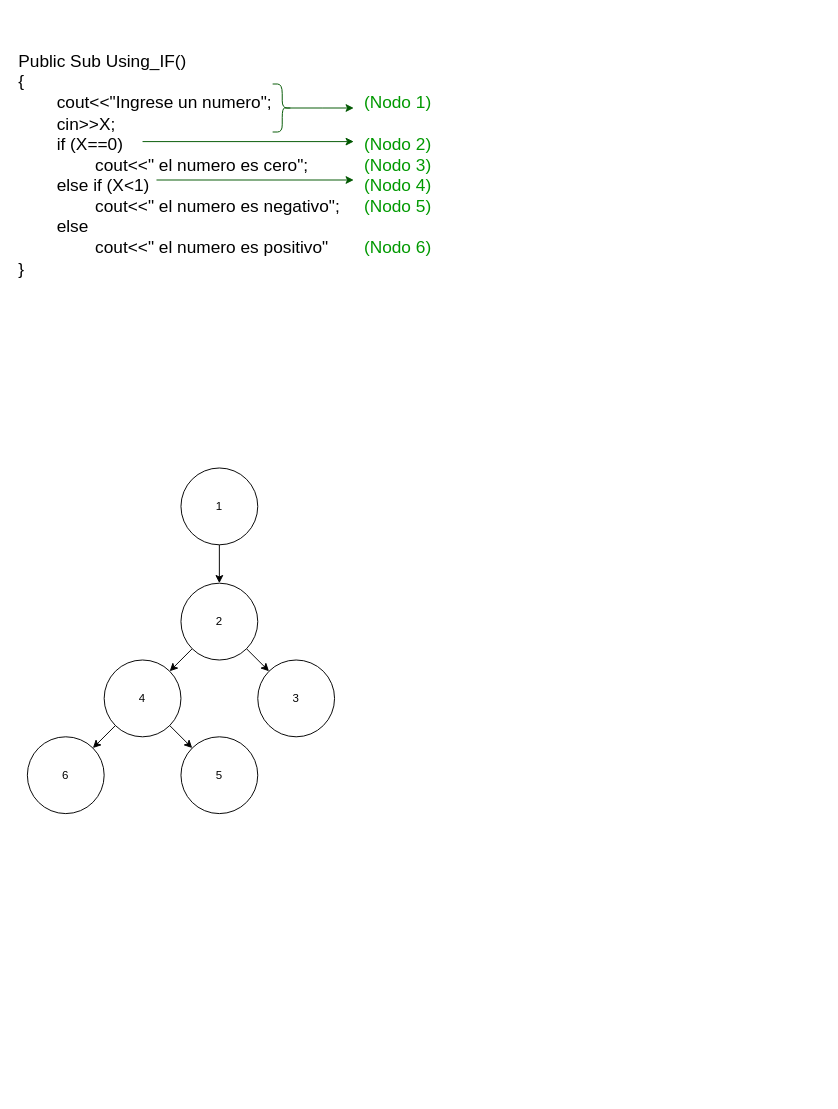
This is page "Grafo_de_flujo_1A_V2" (1 of 3) of Grafos_TP4_MII.drawio from JEOrellano/draw.io_TP4_G12_MII_TUSI, a draw.io file, before an edit. Source tidied: cells renumbered, new cells numbered last; positions are measured from the earlier drawing's top-left corner, leaving out a move shared by most shapes. Both pictures are drawn from the tidied source at 96%, with x=0, y=0 at pixel (16, 45).
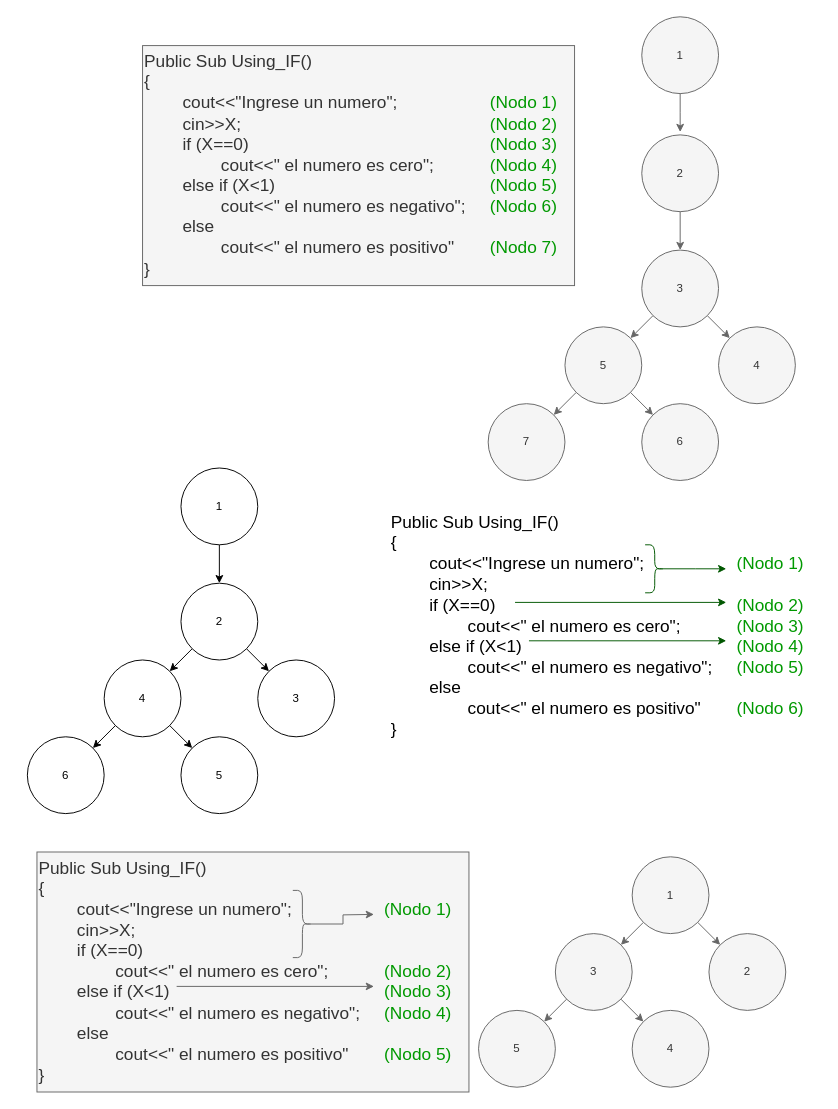
After the change.

The edit, as a diff of the source:
```diff
@@
     <mxCell id="13" value="&lt;div&gt;&lt;span style=&quot;font-size: 18px;&quot;&gt;Public Sub Using_IF()&lt;/span&gt;&lt;/div&gt;&lt;div&gt;&lt;span style=&quot;font-size: 18px; background-color: initial;&quot;&gt;{&lt;/span&gt;&lt;br&gt;&lt;/div&gt;&lt;div&gt;&lt;span style=&quot;background-color: initial; font-size: 18px;&quot;&gt;&lt;span style=&quot;white-space: pre;&quot;&gt;&#9;&lt;/span&gt;cout&amp;lt;&amp;lt;&quot;Ingrese un numero&quot;;&lt;span style=&quot;white-space: pre;&quot;&gt;&#9;&lt;/span&gt;&lt;span style=&quot;white-space: pre;&quot;&gt;&#9;&lt;/span&gt;&lt;span style=&quot;white-space: pre;&quot;&gt;&#9;&lt;/span&gt;&lt;font color=&quot;#009900&quot;&gt;(Nodo 1)&lt;/font&gt;&lt;/span&gt;&lt;br&gt;&lt;/div&gt;&lt;div&gt;&lt;span style=&quot;font-size: 18px;&quot;&gt;&lt;span style=&quot;white-space: pre;&quot;&gt;&#9;&lt;/span&gt;cin&amp;gt;&amp;gt;X;&lt;span style=&quot;white-space: pre;&quot;&gt;&#9;&lt;/span&gt;&lt;span style=&quot;white-space: pre;&quot;&gt;&#9;&lt;/span&gt;&lt;span style=&quot;white-space: pre;&quot;&gt;&#9;&lt;/span&gt;&lt;span style=&quot;white-space: pre;&quot;&gt;&#9;&lt;/span&gt;&lt;span style=&quot;white-space: pre;&quot;&gt;&#9;&lt;/span&gt;&lt;span style=&quot;white-space: pre;&quot;&gt;&#9;&lt;/span&gt;&lt;span style=&quot;white-space: pre;&quot;&gt;&#9;&lt;/span&gt;&lt;/span&gt;&lt;/div&gt;&lt;div&gt;&lt;span style=&quot;font-size: 18px;&quot;&gt;&lt;span style=&quot;white-space: pre;&quot;&gt;&#9;&lt;/span&gt;if (X==0)&lt;span style=&quot;white-space: pre;&quot;&gt;&#9;&lt;/span&gt;&lt;span style=&quot;white-space: pre;&quot;&gt;&#9;&lt;/span&gt;&lt;span style=&quot;white-space: pre;&quot;&gt;&#9;&lt;/span&gt;&lt;span style=&quot;white-space: pre;&quot;&gt;&#9;&lt;/span&gt;&lt;span style=&quot;white-space: pre;&quot;&gt;&#9;&lt;/span&gt;&lt;span style=&quot;white-space: pre;&quot;&gt;&#9;&lt;/span&gt;&lt;span style=&quot;white-space: pre;&quot;&gt;&#9;&lt;/span&gt;&lt;font color=&quot;#009900&quot;&gt;(Nodo 2)&lt;/font&gt;&lt;/span&gt;&lt;/div&gt;&lt;div&gt;&lt;span style=&quot;font-size: 18px;&quot;&gt;&lt;span style=&quot;white-space: pre;&quot;&gt;&#9;&lt;/span&gt;&lt;span style=&quot;white-space: pre;&quot;&gt;&#9;&lt;/span&gt;cout&amp;lt;&amp;lt;&quot; el numero es cero&quot;;&lt;span style=&quot;white-space: pre;&quot;&gt;&#9;&lt;/span&gt;&lt;span style=&quot;white-space: pre;&quot;&gt;&#9;&lt;/span&gt;&lt;font color=&quot;#009900&quot;&gt;(Nodo 3)&lt;/font&gt;&lt;/span&gt;&lt;/div&gt;&lt;div&gt;&lt;span style=&quot;font-size: 18px;&quot;&gt;&lt;span style=&quot;white-space: pre;&quot;&gt;&#9;&lt;/span&gt;else if (X&amp;lt;1)&lt;span style=&quot;white-space: pre;&quot;&gt;&#9;&lt;/span&gt;&lt;span style=&quot;white-space: pre;&quot;&gt;&#9;&lt;/span&gt;&lt;span style=&quot;white-space: pre;&quot;&gt;&#9;&lt;/span&gt;&lt;span style=&quot;white-space: pre;&quot;&gt;&#9;&lt;/span&gt;&lt;span style=&quot;white-space: pre;&quot;&gt;&#9;&lt;/span&gt;&lt;span style=&quot;white-space: pre;&quot;&gt;&#9;&lt;/span&gt;&lt;font color=&quot;#009900&quot;&gt;(Nodo 4)&lt;/font&gt;&lt;/span&gt;&lt;/div&gt;&lt;div&gt;&lt;span style=&quot;font-size: 18px; background-color: initial;&quot;&gt;&lt;span style=&quot;white-space: pre;&quot;&gt;&#9;&lt;/span&gt;&lt;span style=&quot;white-space: pre;&quot;&gt;&#9;&lt;/span&gt;cout&amp;lt;&amp;lt;&quot; el numero es negativo&quot;;&lt;span style=&quot;white-space: pre;&quot;&gt;&#9;&lt;/span&gt;&lt;font color=&quot;#009900&quot;&gt;(Nodo 5)&lt;/font&gt;&lt;/span&gt;&lt;br&gt;&lt;/div&gt;&lt;div&gt;&lt;span style=&quot;font-size: 18px;&quot;&gt;&lt;span style=&quot;white-space: pre;&quot;&gt;&#9;&lt;/span&gt;else&lt;/span&gt;&lt;/div&gt;&lt;div&gt;&lt;span style=&quot;font-size: 18px;&quot;&gt;&lt;span style=&quot;white-space: pre;&quot;&gt;&#9;&lt;span style=&quot;white-space: pre;&quot;&gt;&#9;&lt;/span&gt;&lt;/span&gt;cout&amp;lt;&amp;lt;&quot; el numero es positivo&quot;&lt;span style=&quot;white-space: pre;&quot;&gt;&#9;&lt;/span&gt;&lt;font color=&quot;#009900&quot;&gt;(Nodo 6)&lt;/font&gt;&lt;/span&gt;&lt;/div&gt;&lt;div&gt;&lt;span style=&quot;font-size: 18px;&quot;&gt;}&lt;br&gt;&lt;/span&gt;&lt;/div&gt;" style="text;html=1;align=left;verticalAlign=middle;strokeColor=none;fillColor=none;" parent="1" vertex="1">
-      <mxGeometry width="450" height="250" as="geometry" />
+      <mxGeometry x="388" y="480" width="450" height="250" as="geometry" />
     </mxCell>
     <mxCell id="14" style="edgeStyle=orthogonalEdgeStyle;rounded=0;jettySize=auto;html=1;exitX=0.1;exitY=0.5;exitDx=0;exitDy=0;exitPerimeter=0;fillColor=#008a00;strokeColor=#005700;" parent="1" edge="1" source="15">
       <mxGeometry relative="1" as="geometry">
-        <mxPoint x="351" y="65" as="targetPoint" />
+        <mxPoint x="739" y="545" as="targetPoint" />
       </mxGeometry>
     </mxCell>
     <mxCell id="15" style="shape=curlyBracket;whiteSpace=wrap;html=1;rounded=1;flipH=1;labelPosition=right;verticalLabelPosition=middle;align=left;verticalAlign=middle;fillColor=#008a00;strokeColor=#005700;fontColor=#ffffff;" parent="1" vertex="1">
-      <mxGeometry x="266.5" y="40" width="20" height="50" as="geometry" />
+      <mxGeometry x="654.5" y="520" width="20" height="50" as="geometry" />
     </mxCell>
     <mxCell id="16" style="edgeStyle=orthogonalEdgeStyle;rounded=0;orthogonalLoop=1;jettySize=auto;html=1;fillColor=#008a00;strokeColor=#005700;" parent="1" edge="1">
       <mxGeometry relative="1" as="geometry">
-        <mxPoint x="131" y="100" as="sourcePoint" />
-        <mxPoint x="351" y="100" as="targetPoint" />
+        <mxPoint x="519" y="580" as="sourcePoint" />
+        <mxPoint x="739" y="580" as="targetPoint" />
       </mxGeometry>
     </mxCell>
     <mxCell id="17" style="edgeStyle=orthogonalEdgeStyle;rounded=0;orthogonalLoop=1;jettySize=auto;html=1;fillColor=#008a00;strokeColor=#005700;" parent="1" edge="1">
       <mxGeometry relative="1" as="geometry">
-        <mxPoint x="145.5" y="140" as="sourcePoint" />
-        <mxPoint x="351" y="140" as="targetPoint" />
+        <mxPoint x="533.5" y="620" as="sourcePoint" />
+        <mxPoint x="739" y="620" as="targetPoint" />
       </mxGeometry>
     </mxCell>
+    <mxCell id="18" style="rounded=0;jettySize=auto;html=1;entryX=0;entryY=0;entryDx=0;entryDy=0;exitX=1;exitY=1;exitDx=0;exitDy=0;fillColor=#f5f5f5;strokeColor=#666666;" parent="1" edge="1" source="22" target="21">
+      <mxGeometry relative="1" as="geometry" />
+    </mxCell>
+    <mxCell id="19" style="rounded=0;jettySize=auto;html=1;entryX=1;entryY=0;entryDx=0;entryDy=0;exitX=0;exitY=1;exitDx=0;exitDy=0;fillColor=#f5f5f5;strokeColor=#666666;" parent="1" edge="1" source="22" target="20">
+      <mxGeometry relative="1" as="geometry" />
+    </mxCell>
+    <mxCell id="20" value="3" style="ellipse;whiteSpace=wrap;html=1;fillColor=#f5f5f5;fontColor=#333333;strokeColor=#666666;" parent="1" vertex="1">
+      <mxGeometry x="561" y="925" width="80" height="80" as="geometry" />
+    </mxCell>
+    <mxCell id="21" value="2" style="ellipse;whiteSpace=wrap;html=1;fillColor=#f5f5f5;fontColor=#333333;strokeColor=#666666;" parent="1" vertex="1">
+      <mxGeometry x="721" y="925" width="80" height="80" as="geometry" />
+    </mxCell>
+    <mxCell id="22" value="1" style="ellipse;whiteSpace=wrap;html=1;fillColor=#f5f5f5;fontColor=#333333;strokeColor=#666666;" parent="1" vertex="1">
+      <mxGeometry x="641" y="845" width="80" height="80" as="geometry" />
+    </mxCell>
+    <mxCell id="23" style="rounded=0;jettySize=auto;html=1;entryX=1;entryY=0;entryDx=0;entryDy=0;exitX=0;exitY=1;exitDx=0;exitDy=0;fillColor=#f5f5f5;strokeColor=#666666;" parent="1" edge="1" source="20" target="24">
+      <mxGeometry relative="1" as="geometry" />
+    </mxCell>
+    <mxCell id="24" value="5" style="ellipse;whiteSpace=wrap;html=1;fillColor=#f5f5f5;fontColor=#333333;strokeColor=#666666;" parent="1" vertex="1">
+      <mxGeometry x="481" y="1005" width="80" height="80" as="geometry" />
+    </mxCell>
+    <mxCell id="25" style="rounded=0;jettySize=auto;html=1;entryX=0;entryY=0;entryDx=0;entryDy=0;exitX=1;exitY=1;exitDx=0;exitDy=0;fillColor=#f5f5f5;strokeColor=#666666;" parent="1" edge="1" source="20" target="26">
+      <mxGeometry relative="1" as="geometry" />
+    </mxCell>
+    <mxCell id="26" value="4" style="ellipse;whiteSpace=wrap;html=1;fillColor=#f5f5f5;fontColor=#333333;strokeColor=#666666;" parent="1" vertex="1">
+      <mxGeometry x="641" y="1005" width="80" height="80" as="geometry" />
+    </mxCell>
+    <mxCell id="27" value="&lt;div&gt;&lt;span style=&quot;font-size: 18px;&quot;&gt;Public Sub Using_IF()&lt;/span&gt;&lt;/div&gt;&lt;div&gt;&lt;span style=&quot;font-size: 18px; background-color: initial;&quot;&gt;{&lt;/span&gt;&lt;br&gt;&lt;/div&gt;&lt;div&gt;&lt;span style=&quot;background-color: initial; font-size: 18px;&quot;&gt;&lt;span style=&quot;white-space: pre;&quot;&gt;&#9;&lt;/span&gt;cout&amp;lt;&amp;lt;&quot;Ingrese un numero&quot;;&lt;span style=&quot;white-space: pre;&quot;&gt;&#9;&lt;/span&gt;&lt;span style=&quot;white-space: pre;&quot;&gt;&#9;&lt;/span&gt;&lt;span style=&quot;white-space: pre;&quot;&gt;&#9;&lt;/span&gt;&lt;font color=&quot;#009900&quot;&gt;(Nodo 1)&lt;/font&gt;&lt;/span&gt;&lt;br&gt;&lt;/div&gt;&lt;div&gt;&lt;span style=&quot;font-size: 18px;&quot;&gt;&lt;span style=&quot;white-space: pre;&quot;&gt;&#9;&lt;/span&gt;cin&amp;gt;&amp;gt;X;&lt;span style=&quot;white-space: pre;&quot;&gt;&#9;&lt;/span&gt;&lt;span style=&quot;white-space: pre;&quot;&gt;&#9;&lt;/span&gt;&lt;span style=&quot;white-space: pre;&quot;&gt;&#9;&lt;/span&gt;&lt;span style=&quot;white-space: pre;&quot;&gt;&#9;&lt;/span&gt;&lt;span style=&quot;white-space: pre;&quot;&gt;&#9;&lt;/span&gt;&lt;span style=&quot;white-space: pre;&quot;&gt;&#9;&lt;/span&gt;&lt;span style=&quot;white-space: pre;&quot;&gt;&#9;&lt;/span&gt;&lt;/span&gt;&lt;/div&gt;&lt;div&gt;&lt;span style=&quot;font-size: 18px;&quot;&gt;&lt;span style=&quot;white-space: pre;&quot;&gt;&#9;&lt;/span&gt;if (X==0)&lt;span style=&quot;white-space: pre;&quot;&gt;&#9;&lt;/span&gt;&lt;span style=&quot;white-space: pre;&quot;&gt;&#9;&lt;/span&gt;&lt;span style=&quot;white-space: pre;&quot;&gt;&#9;&lt;/span&gt;&lt;span style=&quot;white-space: pre;&quot;&gt;&#9;&lt;/span&gt;&lt;span style=&quot;white-space: pre;&quot;&gt;&#9;&lt;/span&gt;&lt;span style=&quot;white-space: pre;&quot;&gt;&#9;&lt;/span&gt;&lt;span style=&quot;white-space: pre;&quot;&gt;&#9;&lt;/span&gt;&lt;/span&gt;&lt;/div&gt;&lt;div&gt;&lt;span style=&quot;font-size: 18px;&quot;&gt;&lt;span style=&quot;white-space: pre;&quot;&gt;&#9;&lt;/span&gt;&lt;span style=&quot;white-space: pre;&quot;&gt;&#9;&lt;/span&gt;cout&amp;lt;&amp;lt;&quot; el numero es cero&quot;;&lt;span style=&quot;white-space: pre;&quot;&gt;&#9;&lt;/span&gt;&lt;span style=&quot;white-space: pre;&quot;&gt;&#9;&lt;/span&gt;&lt;font color=&quot;#009900&quot;&gt;(Nodo 2)&lt;/font&gt;&lt;/span&gt;&lt;/div&gt;&lt;div&gt;&lt;span style=&quot;font-size: 18px;&quot;&gt;&lt;span style=&quot;white-space: pre;&quot;&gt;&#9;&lt;/span&gt;else if (X&amp;lt;1)&lt;span style=&quot;white-space: pre;&quot;&gt;&#9;&lt;/span&gt;&lt;span style=&quot;white-space: pre;&quot;&gt;&#9;&lt;/span&gt;&lt;span style=&quot;white-space: pre;&quot;&gt;&#9;&lt;/span&gt;&lt;span style=&quot;white-space: pre;&quot;&gt;&#9;&lt;/span&gt;&lt;span style=&quot;white-space: pre;&quot;&gt;&#9;&lt;/span&gt;&lt;span style=&quot;white-space: pre;&quot;&gt;&#9;&lt;/span&gt;&lt;font color=&quot;#009900&quot;&gt;(Nodo 3)&lt;/font&gt;&lt;/span&gt;&lt;/div&gt;&lt;div&gt;&lt;span style=&quot;font-size: 18px; background-color: initial;&quot;&gt;&lt;span style=&quot;white-space: pre;&quot;&gt;&#9;&lt;/span&gt;&lt;span style=&quot;white-space: pre;&quot;&gt;&#9;&lt;/span&gt;cout&amp;lt;&amp;lt;&quot; el numero es negativo&quot;;&lt;span style=&quot;white-space: pre;&quot;&gt;&#9;&lt;/span&gt;&lt;font color=&quot;#009900&quot;&gt;(Nodo 4)&lt;/font&gt;&lt;/span&gt;&lt;br&gt;&lt;/div&gt;&lt;div&gt;&lt;span style=&quot;font-size: 18px;&quot;&gt;&lt;span style=&quot;white-space: pre;&quot;&gt;&#9;&lt;/span&gt;else&lt;/span&gt;&lt;/div&gt;&lt;div&gt;&lt;span style=&quot;font-size: 18px;&quot;&gt;&lt;span style=&quot;white-space: pre;&quot;&gt;&#9;&lt;span style=&quot;white-space: pre;&quot;&gt;&#9;&lt;/span&gt;&lt;/span&gt;cout&amp;lt;&amp;lt;&quot; el numero es positivo&quot;&lt;span style=&quot;white-space: pre;&quot;&gt;&#9;&lt;/span&gt;&lt;font color=&quot;#009900&quot;&gt;(Nodo 5)&lt;/font&gt;&lt;/span&gt;&lt;/div&gt;&lt;div&gt;&lt;span style=&quot;font-size: 18px;&quot;&gt;}&lt;br&gt;&lt;/span&gt;&lt;/div&gt;" style="text;html=1;align=left;verticalAlign=middle;fillColor=#f5f5f5;fontColor=#333333;strokeColor=#666666;" parent="1" vertex="1">
+      <mxGeometry x="21" y="840" width="450" height="250" as="geometry" />
+    </mxCell>
+    <mxCell id="28" style="edgeStyle=orthogonalEdgeStyle;rounded=0;jettySize=auto;html=1;exitX=0.1;exitY=0.5;exitDx=0;exitDy=0;exitPerimeter=0;fillColor=#f5f5f5;strokeColor=#666666;" parent="1" edge="1" source="29">
+      <mxGeometry relative="1" as="geometry">
+        <mxPoint x="372" y="905" as="targetPoint" />
+      </mxGeometry>
+    </mxCell>
+    <mxCell id="29" style="shape=curlyBracket;whiteSpace=wrap;html=1;rounded=1;flipH=1;labelPosition=right;verticalLabelPosition=middle;align=left;verticalAlign=middle;fillColor=#f5f5f5;fontColor=#333333;strokeColor=#666666;" parent="1" vertex="1">
+      <mxGeometry x="287.5" y="880" width="20" height="70" as="geometry" />
+    </mxCell>
+    <mxCell id="30" style="edgeStyle=orthogonalEdgeStyle;rounded=0;orthogonalLoop=1;jettySize=auto;html=1;fillColor=#f5f5f5;strokeColor=#666666;" parent="1" edge="1">
+      <mxGeometry relative="1" as="geometry">
+        <mxPoint x="166.5" y="980" as="sourcePoint" />
+        <mxPoint x="372" y="980" as="targetPoint" />
+      </mxGeometry>
+    </mxCell>
+    <mxCell id="31" value="&lt;div&gt;&lt;span style=&quot;font-size: 18px;&quot;&gt;Public Sub Using_IF()&lt;/span&gt;&lt;/div&gt;&lt;div&gt;&lt;span style=&quot;font-size: 18px; background-color: initial;&quot;&gt;{&lt;/span&gt;&lt;br&gt;&lt;/div&gt;&lt;div&gt;&lt;span style=&quot;background-color: initial; font-size: 18px;&quot;&gt;&lt;span style=&quot;white-space: pre;&quot;&gt;&#9;&lt;/span&gt;cout&amp;lt;&amp;lt;&quot;Ingrese un numero&quot;;&lt;span style=&quot;white-space: pre;&quot;&gt;&#9;&lt;/span&gt;&lt;span style=&quot;white-space: pre;&quot;&gt;&#9;&lt;/span&gt;&lt;span style=&quot;white-space: pre;&quot;&gt;&#9;&lt;/span&gt;&lt;font color=&quot;#009900&quot;&gt;(Nodo 1)&lt;/font&gt;&lt;/span&gt;&lt;br&gt;&lt;/div&gt;&lt;div&gt;&lt;span style=&quot;font-size: 18px;&quot;&gt;&lt;span style=&quot;white-space: pre;&quot;&gt;&#9;&lt;/span&gt;cin&amp;gt;&amp;gt;X;&lt;span style=&quot;white-space: pre;&quot;&gt;&#9;&lt;/span&gt;&lt;span style=&quot;white-space: pre;&quot;&gt;&#9;&lt;/span&gt;&lt;span style=&quot;white-space: pre;&quot;&gt;&#9;&lt;/span&gt;&lt;span style=&quot;white-space: pre;&quot;&gt;&#9;&lt;/span&gt;&lt;span style=&quot;white-space: pre;&quot;&gt;&#9;&lt;/span&gt;&lt;span style=&quot;white-space: pre;&quot;&gt;&#9;&lt;/span&gt;&lt;span style=&quot;white-space: pre;&quot;&gt;&#9;&lt;/span&gt;&lt;/span&gt;&lt;span style=&quot;color: rgb(0, 153, 0); font-size: 18px; background-color: initial;&quot;&gt;(Nodo 2)&lt;/span&gt;&lt;/div&gt;&lt;div&gt;&lt;span style=&quot;font-size: 18px;&quot;&gt;&lt;span style=&quot;white-space: pre;&quot;&gt;&#9;&lt;/span&gt;if (X==0)&lt;span style=&quot;white-space: pre;&quot;&gt;&#9;&lt;/span&gt;&lt;span style=&quot;white-space: pre;&quot;&gt;&#9;&lt;/span&gt;&lt;span style=&quot;white-space: pre;&quot;&gt;&#9;&lt;/span&gt;&lt;span style=&quot;white-space: pre;&quot;&gt;&#9;&lt;/span&gt;&lt;span style=&quot;white-space: pre;&quot;&gt;&#9;&lt;/span&gt;&lt;span style=&quot;white-space: pre;&quot;&gt;&#9;&lt;/span&gt;&lt;span style=&quot;white-space: pre;&quot;&gt;&#9;&lt;/span&gt;&lt;font color=&quot;#009900&quot;&gt;(Nodo 3)&lt;/font&gt;&lt;/span&gt;&lt;/div&gt;&lt;div&gt;&lt;span style=&quot;font-size: 18px;&quot;&gt;&lt;span style=&quot;white-space: pre;&quot;&gt;&#9;&lt;/span&gt;&lt;span style=&quot;white-space: pre;&quot;&gt;&#9;&lt;/span&gt;cout&amp;lt;&amp;lt;&quot; el numero es cero&quot;;&lt;span style=&quot;white-space: pre;&quot;&gt;&#9;&lt;/span&gt;&lt;span style=&quot;white-space: pre;&quot;&gt;&#9;&lt;/span&gt;&lt;font color=&quot;#009900&quot;&gt;(Nodo 4)&lt;/font&gt;&lt;/span&gt;&lt;/div&gt;&lt;div&gt;&lt;span style=&quot;font-size: 18px;&quot;&gt;&lt;span style=&quot;white-space: pre;&quot;&gt;&#9;&lt;/span&gt;else if (X&amp;lt;1)&lt;span style=&quot;white-space: pre;&quot;&gt;&#9;&lt;/span&gt;&lt;span style=&quot;white-space: pre;&quot;&gt;&#9;&lt;/span&gt;&lt;span style=&quot;white-space: pre;&quot;&gt;&#9;&lt;/span&gt;&lt;span style=&quot;white-space: pre;&quot;&gt;&#9;&lt;/span&gt;&lt;span style=&quot;white-space: pre;&quot;&gt;&#9;&lt;/span&gt;&lt;span style=&quot;white-space: pre;&quot;&gt;&#9;&lt;/span&gt;&lt;font color=&quot;#009900&quot;&gt;(Nodo 5)&lt;/font&gt;&lt;/span&gt;&lt;/div&gt;&lt;div&gt;&lt;span style=&quot;font-size: 18px; background-color: initial;&quot;&gt;&lt;span style=&quot;white-space: pre;&quot;&gt;&#9;&lt;/span&gt;&lt;span style=&quot;white-space: pre;&quot;&gt;&#9;&lt;/span&gt;cout&amp;lt;&amp;lt;&quot; el numero es negativo&quot;;&lt;span style=&quot;white-space: pre;&quot;&gt;&#9;&lt;/span&gt;&lt;font color=&quot;#009900&quot;&gt;(Nodo 6)&lt;/font&gt;&lt;/span&gt;&lt;br&gt;&lt;/div&gt;&lt;div&gt;&lt;span style=&quot;font-size: 18px;&quot;&gt;&lt;span style=&quot;white-space: pre;&quot;&gt;&#9;&lt;/span&gt;else&lt;/span&gt;&lt;/div&gt;&lt;div&gt;&lt;span style=&quot;font-size: 18px;&quot;&gt;&lt;span style=&quot;white-space: pre;&quot;&gt;&#9;&lt;span style=&quot;white-space: pre;&quot;&gt;&#9;&lt;/span&gt;&lt;/span&gt;cout&amp;lt;&amp;lt;&quot; el numero es positivo&quot;&lt;span style=&quot;white-space: pre;&quot;&gt;&#9;&lt;/span&gt;&lt;font color=&quot;#009900&quot;&gt;(Nodo 7)&lt;/font&gt;&lt;/span&gt;&lt;/div&gt;&lt;div&gt;&lt;span style=&quot;font-size: 18px;&quot;&gt;}&lt;br&gt;&lt;/span&gt;&lt;/div&gt;" style="text;html=1;align=left;verticalAlign=middle;strokeColor=#666666;fillColor=#f5f5f5;fontColor=#333333;" parent="1" vertex="1">
+      <mxGeometry x="131" width="450" height="250" as="geometry" />
+    </mxCell>
+    <mxCell id="32" style="rounded=0;jettySize=auto;html=1;entryX=0;entryY=0;entryDx=0;entryDy=0;exitX=1;exitY=1;exitDx=0;exitDy=0;fillColor=#f5f5f5;strokeColor=#666666;" parent="1" edge="1" source="38" target="37">
+      <mxGeometry relative="1" as="geometry" />
+    </mxCell>
+    <mxCell id="33" style="edgeStyle=orthogonalEdgeStyle;rounded=0;jettySize=auto;html=1;exitX=0.5;exitY=1;exitDx=0;exitDy=0;entryX=0.5;entryY=0;entryDx=0;entryDy=0;fillColor=#f5f5f5;strokeColor=#666666;" parent="1" edge="1" source="34" target="38">
+      <mxGeometry relative="1" as="geometry" />
+    </mxCell>
+    <mxCell id="34" value="2" style="ellipse;whiteSpace=wrap;html=1;fillColor=#f5f5f5;fontColor=#333333;strokeColor=#666666;" parent="1" vertex="1">
+      <mxGeometry x="651" y="93" width="80" height="80" as="geometry" />
+    </mxCell>
+    <mxCell id="35" style="rounded=0;jettySize=auto;html=1;entryX=1;entryY=0;entryDx=0;entryDy=0;exitX=0;exitY=1;exitDx=0;exitDy=0;fillColor=#f5f5f5;strokeColor=#666666;" parent="1" edge="1" source="38" target="36">
+      <mxGeometry relative="1" as="geometry" />
+    </mxCell>
+    <mxCell id="36" value="5" style="ellipse;whiteSpace=wrap;html=1;fillColor=#f5f5f5;fontColor=#333333;strokeColor=#666666;" parent="1" vertex="1">
+      <mxGeometry x="571" y="293" width="80" height="80" as="geometry" />
+    </mxCell>
+    <mxCell id="37" value="4" style="ellipse;whiteSpace=wrap;html=1;fillColor=#f5f5f5;fontColor=#333333;strokeColor=#666666;" parent="1" vertex="1">
+      <mxGeometry x="731" y="293" width="80" height="80" as="geometry" />
+    </mxCell>
+    <mxCell id="38" value="3" style="ellipse;whiteSpace=wrap;html=1;fillColor=#f5f5f5;fontColor=#333333;strokeColor=#666666;" parent="1" vertex="1">
+      <mxGeometry x="651" y="213" width="80" height="80" as="geometry" />
+    </mxCell>
+    <mxCell id="39" style="rounded=0;jettySize=auto;html=1;entryX=1;entryY=0;entryDx=0;entryDy=0;exitX=0;exitY=1;exitDx=0;exitDy=0;fillColor=#f5f5f5;strokeColor=#666666;" parent="1" edge="1" source="36" target="40">
+      <mxGeometry relative="1" as="geometry" />
+    </mxCell>
+    <mxCell id="40" value="7" style="ellipse;whiteSpace=wrap;html=1;fillColor=#f5f5f5;fontColor=#333333;strokeColor=#666666;" parent="1" vertex="1">
+      <mxGeometry x="491" y="373" width="80" height="80" as="geometry" />
+    </mxCell>
+    <mxCell id="41" style="rounded=0;jettySize=auto;html=1;entryX=0;entryY=0;entryDx=0;entryDy=0;exitX=1;exitY=1;exitDx=0;exitDy=0;fillColor=#f5f5f5;strokeColor=#666666;" parent="1" edge="1" source="36" target="42">
+      <mxGeometry relative="1" as="geometry" />
+    </mxCell>
+    <mxCell id="42" value="6" style="ellipse;whiteSpace=wrap;html=1;fillColor=#f5f5f5;fontColor=#333333;strokeColor=#666666;" parent="1" vertex="1">
+      <mxGeometry x="651" y="373" width="80" height="80" as="geometry" />
+    </mxCell>
+    <mxCell id="43" value="1" style="ellipse;whiteSpace=wrap;html=1;fillColor=#f5f5f5;fontColor=#333333;strokeColor=#666666;" parent="1" vertex="1">
+      <mxGeometry x="651" y="-30" width="80" height="80" as="geometry" />
+    </mxCell>
+    <mxCell id="44" style="edgeStyle=orthogonalEdgeStyle;rounded=0;jettySize=auto;html=1;exitX=0.5;exitY=1;exitDx=0;exitDy=0;entryX=0.5;entryY=0;entryDx=0;entryDy=0;fillColor=#f5f5f5;strokeColor=#666666;" parent="1" edge="1" source="43">
+      <mxGeometry relative="1" as="geometry">
+        <mxPoint x="691" y="90" as="targetPoint" />
+      </mxGeometry>
+    </mxCell>
```
